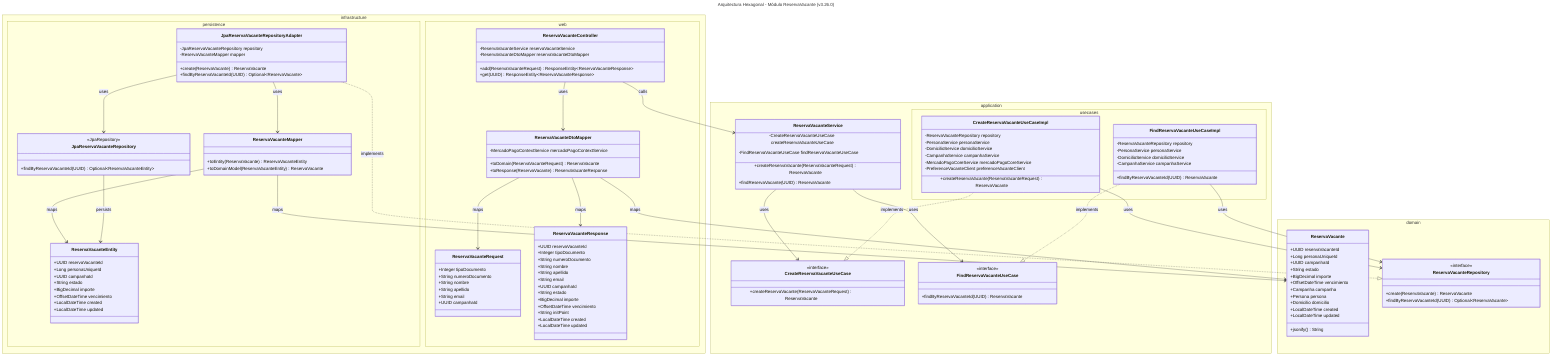
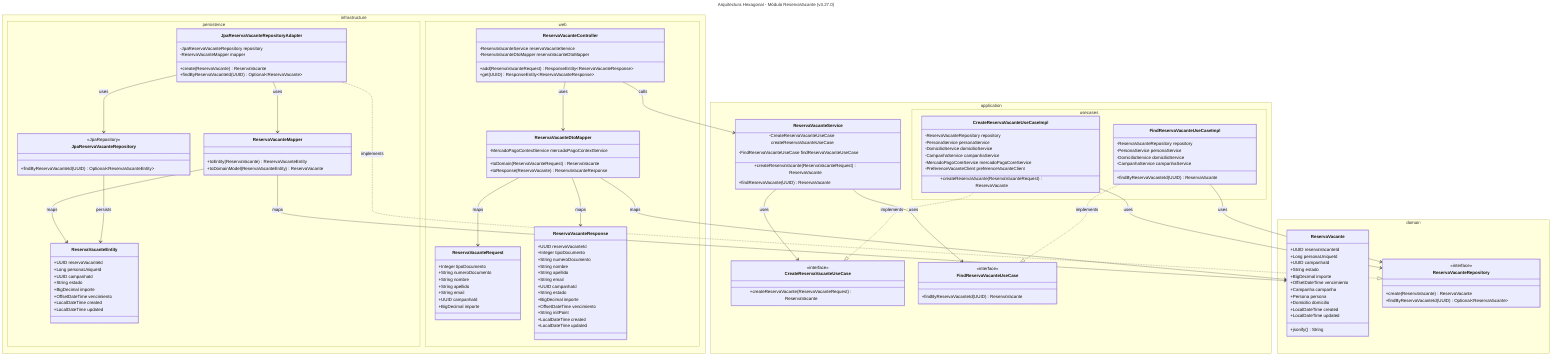
---
- title: Arquitectura Hexagonal - Módulo ReservaVacante (v3.26.0)
+ title: Arquitectura Hexagonal - Módulo ReservaVacante (v3.27.0)
---

classDiagram
    direction TB

    namespace domain {
        class ReservaVacante {
            +UUID reservaVacanteId
            +Long personaUniqueId
            +UUID campanhaId
            +String estado
            +BigDecimal importe
            +OffsetDateTime vencimiento
            +Campanha campanha
            +Persona persona
            +Domicilio domicilio
            +LocalDateTime created
            +LocalDateTime updated
            +jsonify() String
        }

        class ReservaVacanteRepository {
            <<interface>>
            +create(ReservaVacante) ReservaVacante
            +findByReservaVacanteId(UUID) Optional~ReservaVacante~
        }
    }

    namespace application {
        class ReservaVacanteService {
            -CreateReservaVacanteUseCase createReservaVacanteUseCase
            -FindReservaVacanteUseCase findReservaVacanteUseCase
            +createReservaVacante(ReservaVacanteRequest) ReservaVacante
            +findReservaVacante(UUID) ReservaVacante
        }

        namespace usecases {
            class CreateReservaVacanteUseCaseImpl {
                -ReservaVacanteRepository repository
                -PersonaService personaService
                -DomicilioService domicilioService
                -CampanhaService campanhaService
                -MercadoPagoCoreService mercadoPagoCoreService
                -PreferenceVacanteClient preferenceVacanteClient
                +createReservaVacante(ReservaVacanteRequest) ReservaVacante
            }
            class FindReservaVacanteUseCaseImpl {
                -ReservaVacanteRepository repository
                -PersonaService personaService
                -DomicilioService domicilioService
                -CampanhaService campanhaService
                +findByReservaVacanteId(UUID) ReservaVacante
            }
        }

        class CreateReservaVacanteUseCase {
            <<interface>>
            +createReservaVacante(ReservaVacanteRequest) ReservaVacante
        }
        class FindReservaVacanteUseCase {
            <<interface>>
            +findByReservaVacanteId(UUID) ReservaVacante
        }
    }

    namespace infrastructure {
        namespace persistence {
            class ReservaVacanteEntity {
                +UUID reservaVacanteId
                +Long personaUniqueId
                +UUID campanhaId
                +String estado
                +BigDecimal importe
                +OffsetDateTime vencimiento
                +LocalDateTime created
                +LocalDateTime updated
            }

            class JpaReservaVacanteRepository {
                <<JpaRepository>>
                +findByReservaVacanteId(UUID) Optional~ReservaVacanteEntity~
            }

            class JpaReservaVacanteRepositoryAdapter {
                -JpaReservaVacanteRepository repository
                -ReservaVacanteMapper mapper
                +create(ReservaVacante) ReservaVacante
                +findByReservaVacanteId(UUID) Optional~ReservaVacante~
            }

            class ReservaVacanteMapper {
                +toEntity(ReservaVacante) ReservaVacanteEntity
                +toDomainModel(ReservaVacanteEntity) ReservaVacante
            }
        }

        namespace web {
            class ReservaVacanteController {
                -ReservaVacanteService reservaVacanteService
                -ReservaVacanteDtoMapper reservaVacanteDtoMapper
                +add(ReservaVacanteRequest) ResponseEntity~ReservaVacanteResponse~
                +get(UUID) ResponseEntity~ReservaVacanteResponse~
            }

            class ReservaVacanteRequest {
                +Integer tipoDocumento
                +String numeroDocumento
                +String nombre
                +String apellido
                +String email
                +UUID campanhaId
+                 +BigDecimal importe
            }

            class ReservaVacanteResponse {
                +UUID reservaVacanteId
                +Integer tipoDocumento
                +String numeroDocumento
                +String nombre
                +String apellido
                +String email
                +UUID campanhaId
                +String estado
                +BigDecimal importe
                +OffsetDateTime vencimiento
                +String initPoint
                +LocalDateTime created
                +LocalDateTime updated
            }

            class ReservaVacanteDtoMapper {
                -MercadoPagoContextService mercadoPagoContextService
                +toDomain(ReservaVacanteRequest) ReservaVacante
                +toResponse(ReservaVacante) ReservaVacanteResponse
            }
        }
    }

    ReservaVacanteService --> CreateReservaVacanteUseCase : uses
    ReservaVacanteService --> FindReservaVacanteUseCase : uses

    CreateReservaVacanteUseCaseImpl ..|> CreateReservaVacanteUseCase : implements
    FindReservaVacanteUseCaseImpl ..|> FindReservaVacanteUseCase : implements

    CreateReservaVacanteUseCaseImpl --> ReservaVacanteRepository : uses
    FindReservaVacanteUseCaseImpl --> ReservaVacanteRepository : uses

    JpaReservaVacanteRepositoryAdapter ..|> ReservaVacanteRepository : implements
    JpaReservaVacanteRepositoryAdapter --> JpaReservaVacanteRepository : uses
    JpaReservaVacanteRepositoryAdapter --> ReservaVacanteMapper : uses

    ReservaVacanteMapper --> ReservaVacante : maps
    ReservaVacanteMapper --> ReservaVacanteEntity : maps
    JpaReservaVacanteRepository --> ReservaVacanteEntity : persists

    ReservaVacanteController --> ReservaVacanteService : calls
    ReservaVacanteController --> ReservaVacanteDtoMapper : uses
    ReservaVacanteDtoMapper --> ReservaVacante : maps
    ReservaVacanteDtoMapper --> ReservaVacanteRequest : maps
    ReservaVacanteDtoMapper --> ReservaVacanteResponse : maps
